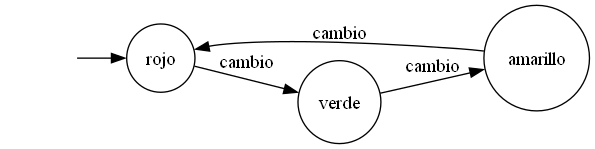
Above: Semaforo Simple.gv.png in CRincon115/AutomatasFinal (Graphviz), before the change. Its source is kept beside it as Semaforo Simple.gv.
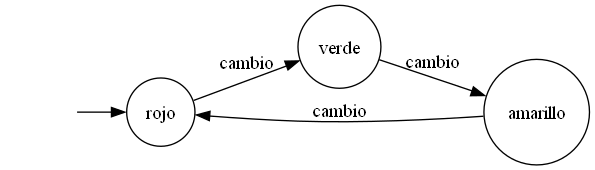
After the commit.

What changed in the source:
```diff
@@ -2,8 +2,8 @@
 	graph [rankdir=LR]
 	"" [label="" shape=plaintext]
 	verde [label=verde shape=circle]
+	rojo [label=rojo shape=circle]
 	amarillo [label=amarillo shape=circle]
-	rojo [label=rojo shape=circle]
 	"" -> rojo [label=""]
 	rojo -> verde [label=cambio]
 	verde -> amarillo [label=cambio]
```
